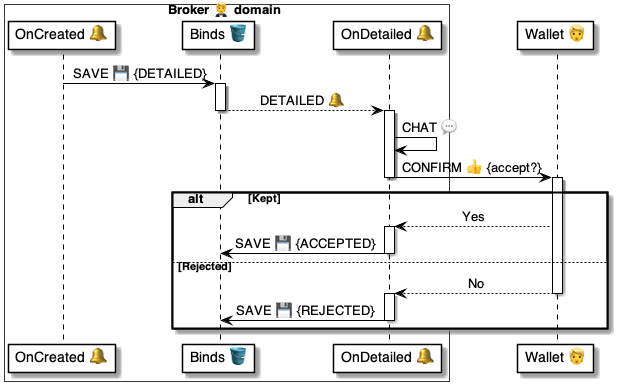
Above: 4 ⚙️ Solution/20 🧑‍🦰 UI/Brokers 🤵/🤵🪣 Broker tables/Binds 🔗 table/🪣🔔 2 Detailed/🤵 OnBindDetailed ⚙️ uml.png in pollyweb-org/pollyweb-docs (PlantUML), before the change. Its source is kept beside it as 4 ⚙️ Solution/20 🧑‍🦰 UI/Brokers 🤵/🤵🪣 Broker tables/Binds 🔗 table/🪣🔔 2 Detailed/🤵 OnBindDetailed ⚙️ uml.puml. Source of this version:
```plantuml
@startuml OnBindDetailed

box Broker 🤵 domain #FFFFFA
    participant "OnCreated 🔔" as created
    participant "Binds 🪣" as binds
    participant "OnDetailed 🔔" as detailed
end box

participant "Wallet 👱" as wallet



created -> binds: SAVE 💾 {DETAILED}
activate binds
    binds --> detailed: DETAILED 🔔
deactivate binds

activate detailed
    detailed -> detailed: CHAT 💬
    detailed -> wallet: CONFIRM 👍 {accept?}
deactivate detailed

alt Kept

    activate wallet
        wallet --> detailed: Yes

    activate detailed
        detailed ->  binds: SAVE 💾 {ACCEPTED}
    deactivate detailed


else Rejected

        wallet --> detailed: No
    deactivate wallet

    activate detailed
        detailed ->  binds: SAVE 💾 {REJECTED}
    deactivate detailed

end alt

@enduml
```
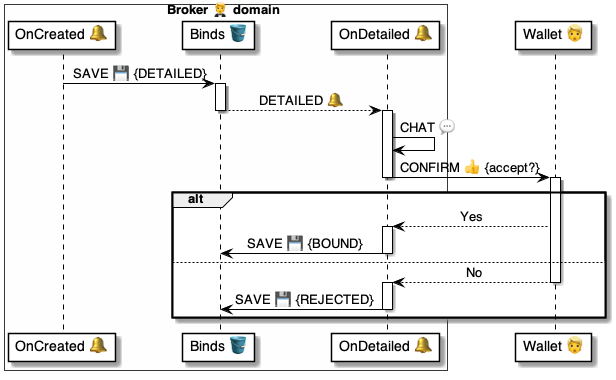
Above is the later version.

Diff of the diagram source:
```diff
@@ -20,17 +20,17 @@
     detailed -> wallet: CONFIRM 👍 {accept?}
 deactivate detailed
 
-alt Kept
+alt
 
     activate wallet
         wallet --> detailed: Yes
 
     activate detailed
-        detailed ->  binds: SAVE 💾 {ACCEPTED}
+        detailed ->  binds: SAVE 💾 {BOUND}
     deactivate detailed
 
 
-else Rejected
+else
 
         wallet --> detailed: No
     deactivate wallet
```
